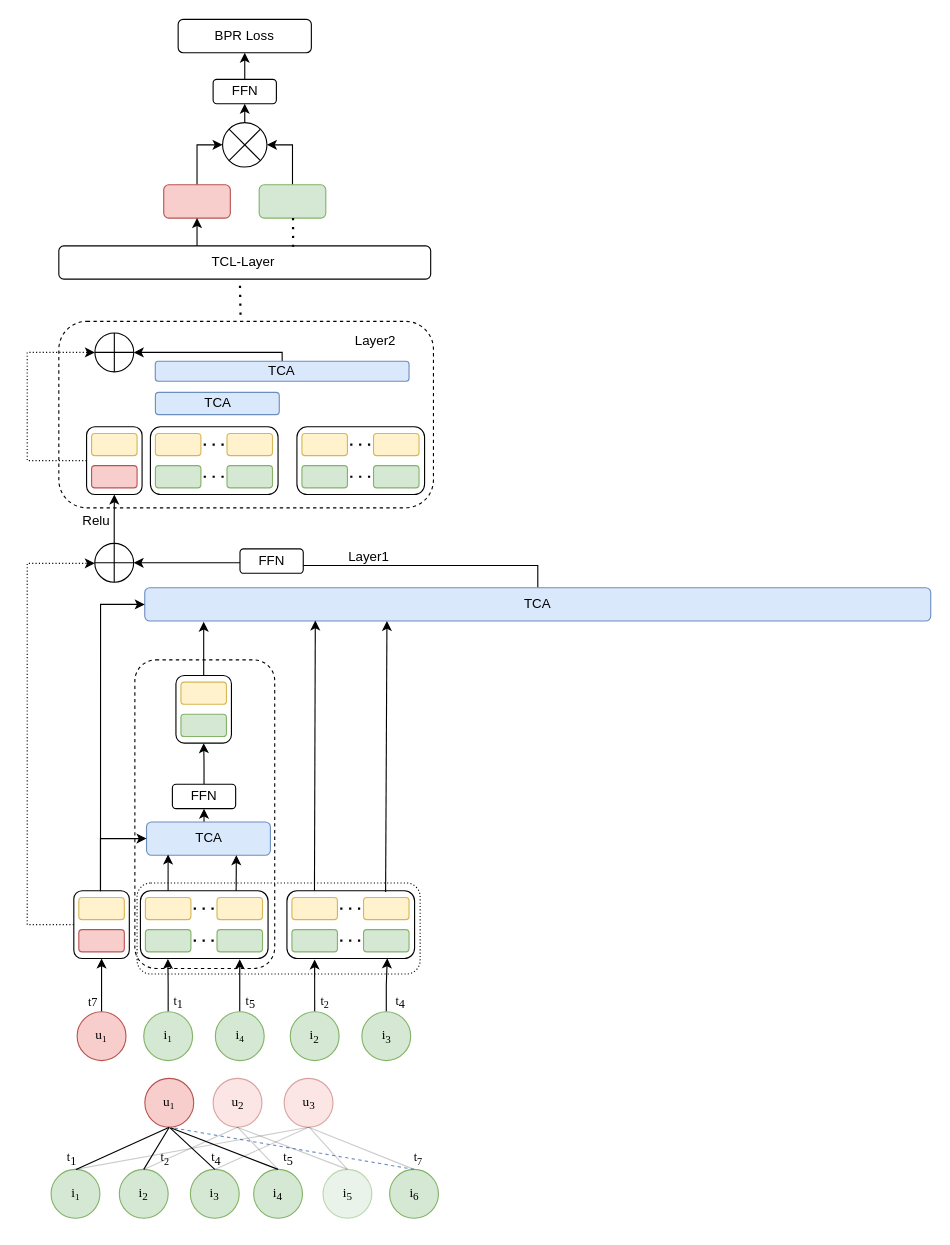
Above: MyGNN.drawio in ZYNsama666/BackUp (draw.io), before the change. Source tidied: cells renumbered, new cells numbered last; positions are measured from the earlier drawing's top-left corner, leaving out a move shared by most shapes. Both pictures are drawn from the tidied source at 111%, with x=0, y=0 at pixel (27, 19).
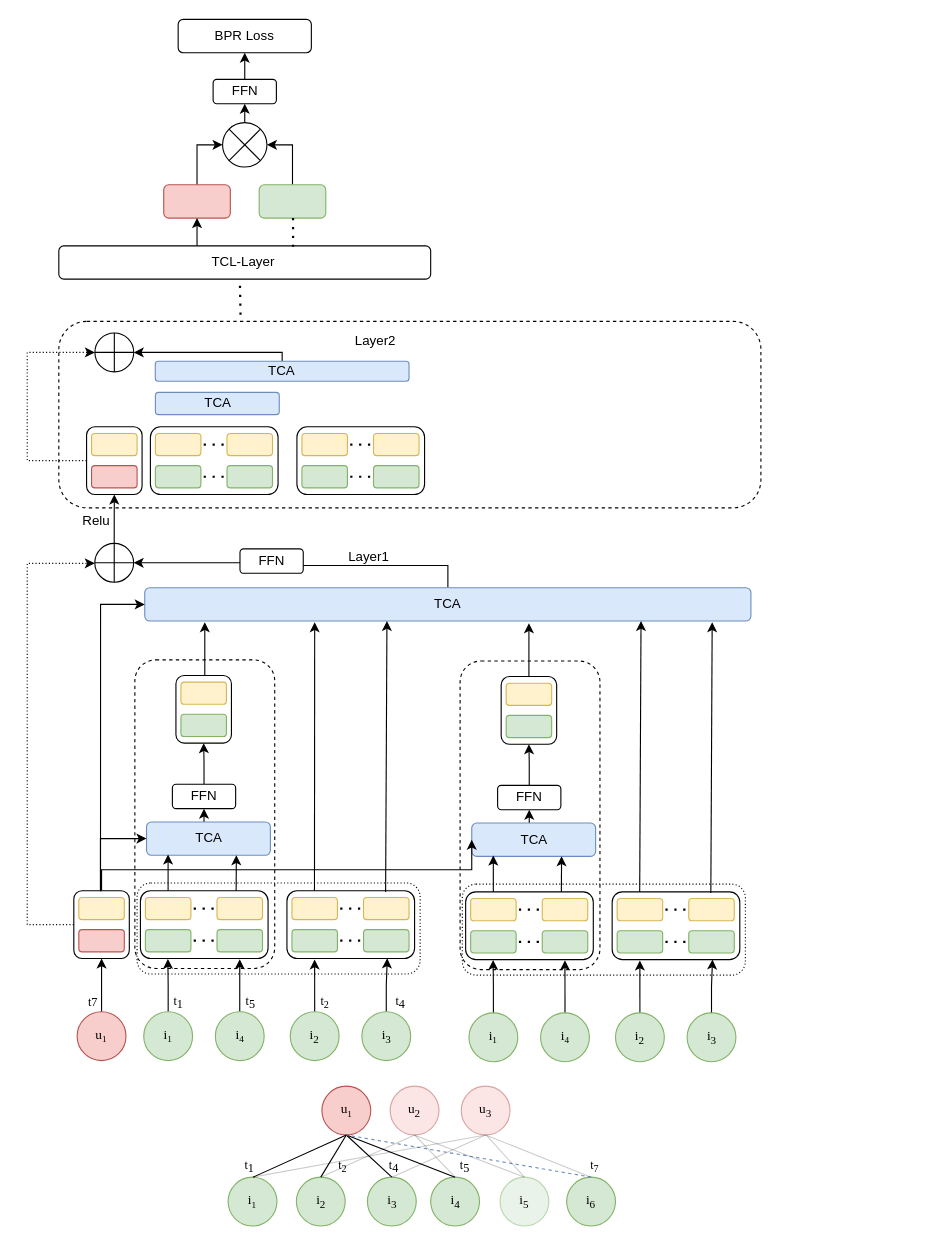
The same page after the edit.

Unchanged cells that the change refers to:
```xml
<mxCell id="23" style="rounded=1;whiteSpace=wrap;html=1;" parent="1" vertex="1">
  <mxGeometry x="42" y="785" width="50" height="61" as="geometry" />
</mxCell>
<mxCell id="120" style="rounded=1;whiteSpace=wrap;html=1;" parent="1" vertex="1">
  <mxGeometry x="134" y="591" width="50" height="61" as="geometry" />
</mxCell>
```

Change to the diagram source:
```diff
@@
-    <mxCell id="16" style="rounded=1;whiteSpace=wrap;html=1;dashed=1;" parent="1" vertex="1">
-      <mxGeometry x="28.5" y="272" width="337.5" height="168" as="geometry" />
+    <mxCell id="16" style="rounded=1;whiteSpace=wrap;html=1;dashed=1;fillColor=none;" parent="1" vertex="1">
+      <mxGeometry x="28.5" y="272" width="632.5" height="168" as="geometry" />
     </mxCell>
@@
     <mxCell id="18" value="TCA" style="rounded=1;whiteSpace=wrap;html=1;fillColor=#dae8fc;strokeColor=#6c8ebf;" parent="1" vertex="1">
-      <mxGeometry x="105.9" y="512" width="708.1" height="30" as="geometry" />
+      <mxGeometry x="105.9" y="512" width="546.1" height="30" as="geometry" />
     </mxCell>
@@
     <mxCell id="58" value="u&lt;span style=&quot;font-size: 10px;&quot;&gt;&lt;sub&gt;1&lt;/sub&gt;&lt;/span&gt;" style="ellipse;whiteSpace=wrap;html=1;fontFamily=Times New Roman;fillColor=#f8cecc;strokeColor=#b85450;" parent="1" vertex="1">
-      <mxGeometry x="106" y="954" width="44" height="44" as="geometry" />
+      <mxGeometry x="265.5" y="961" width="44" height="44" as="geometry" />
     </mxCell>
     <mxCell id="59" value="u&lt;sub&gt;2&lt;/sub&gt;" style="ellipse;whiteSpace=wrap;html=1;fontFamily=Times New Roman;opacity=50;fillColor=#f8cecc;strokeColor=#b85450;" parent="1" vertex="1">
-      <mxGeometry x="167.5" y="954" width="44" height="44" as="geometry" />
+      <mxGeometry x="327" y="961" width="44" height="44" as="geometry" />
     </mxCell>
     <mxCell id="60" value="u&lt;sub&gt;3&lt;/sub&gt;" style="ellipse;whiteSpace=wrap;html=1;fontFamily=Times New Roman;fillColor=#f8cecc;strokeColor=#b85450;opacity=50;" parent="1" vertex="1">
-      <mxGeometry x="231.5" y="954" width="44" height="44" as="geometry" />
+      <mxGeometry x="391" y="961" width="44" height="44" as="geometry" />
     </mxCell>
     <mxCell id="61" value="i&lt;sub&gt;6&lt;/sub&gt;" style="ellipse;whiteSpace=wrap;html=1;fontFamily=Times New Roman;fillColor=#d5e8d4;strokeColor=#82b366;" parent="1" vertex="1">
-      <mxGeometry x="326.5" y="1036" width="44" height="44" as="geometry" />
+      <mxGeometry x="486" y="1043" width="44" height="44" as="geometry" />
     </mxCell>
     <mxCell id="62" value="i&lt;span style=&quot;font-size: 10px;&quot;&gt;&lt;sub&gt;1&lt;/sub&gt;&lt;/span&gt;" style="ellipse;whiteSpace=wrap;html=1;fontFamily=Times New Roman;fillColor=#d5e8d4;strokeColor=#82b366;" parent="1" vertex="1">
-      <mxGeometry x="21.5" y="1036" width="44" height="44" as="geometry" />
+      <mxGeometry x="181" y="1043" width="44" height="44" as="geometry" />
     </mxCell>
     <mxCell id="63" value="i&lt;sub&gt;2&lt;/sub&gt;" style="ellipse;whiteSpace=wrap;html=1;fontFamily=Times New Roman;fillColor=#d5e8d4;strokeColor=#82b366;" parent="1" vertex="1">
-      <mxGeometry x="83" y="1036" width="44" height="44" as="geometry" />
+      <mxGeometry x="242.5" y="1043" width="44" height="44" as="geometry" />
     </mxCell>
     <mxCell id="64" value="i&lt;sub&gt;3&lt;/sub&gt;" style="ellipse;whiteSpace=wrap;html=1;fontFamily=Times New Roman;fillColor=#d5e8d4;strokeColor=#82b366;" parent="1" vertex="1">
-      <mxGeometry x="147" y="1036" width="44" height="44" as="geometry" />
+      <mxGeometry x="306.5" y="1043" width="44" height="44" as="geometry" />
     </mxCell>
     <mxCell id="65" value="i&lt;sub&gt;4&lt;/sub&gt;" style="ellipse;whiteSpace=wrap;html=1;fontFamily=Times New Roman;fillColor=#d5e8d4;strokeColor=#82b366;" parent="1" vertex="1">
-      <mxGeometry x="204" y="1036" width="44" height="44" as="geometry" />
+      <mxGeometry x="363.5" y="1043" width="44" height="44" as="geometry" />
     </mxCell>
     <mxCell id="66" value="i&lt;sub&gt;5&lt;/sub&gt;" style="ellipse;whiteSpace=wrap;html=1;fontFamily=Times New Roman;opacity=50;fillColor=#d5e8d4;strokeColor=#82b366;" parent="1" vertex="1">
-      <mxGeometry x="266.5" y="1036" width="44" height="44" as="geometry" />
+      <mxGeometry x="426" y="1043" width="44" height="44" as="geometry" />
     </mxCell>
     <mxCell id="67" style="endArrow=none;html=1;rounded=0;exitX=0.5;exitY=0;exitDx=0;exitDy=0;entryX=0.5;entryY=1;entryDx=0;entryDy=0;" parent="1" edge="1">
       <mxGeometry relative="1" as="geometry">
-        <mxPoint x="44" y="1036" as="sourcePoint" />
-        <mxPoint x="128" y="998" as="targetPoint" />
+        <mxPoint x="203.5" y="1043" as="sourcePoint" />
+        <mxPoint x="287.5" y="1005" as="targetPoint" />
       </mxGeometry>
     </mxCell>
@@
     <mxCell id="82" value="&lt;font style=&quot;font-size: 11px;&quot; face=&quot;Times New Roman&quot;&gt;t&lt;sub style=&quot;font-size: 11px;&quot;&gt;1&lt;/sub&gt;&lt;/font&gt;" style="text;html=1;align=center;verticalAlign=middle;strokeColor=none;fillColor=none;" parent="1" vertex="1">
-      <mxGeometry x="26.5" y="1011" width="27" height="30" as="geometry" />
+      <mxGeometry x="186" y="1018" width="27" height="30" as="geometry" />
     </mxCell>
     <mxCell id="83" value="&lt;font style=&quot;font-size: 11px;&quot; face=&quot;Times New Roman&quot;&gt;t&lt;sub style=&quot;font-size: 11px;&quot;&gt;5&lt;/sub&gt;&lt;/font&gt;" style="text;html=1;align=center;verticalAlign=middle;strokeColor=none;fillColor=none;" parent="1" vertex="1">
-      <mxGeometry x="221" y="1011" width="27" height="30" as="geometry" />
+      <mxGeometry x="380.5" y="1018" width="27" height="30" as="geometry" />
     </mxCell>
     <mxCell id="84" value="&lt;font style=&quot;font-size: 11px;&quot; face=&quot;Times New Roman&quot;&gt;t&lt;sub style=&quot;font-size: 11px;&quot;&gt;4&lt;/sub&gt;&lt;/font&gt;" style="text;html=1;align=center;verticalAlign=middle;strokeColor=none;fillColor=none;" parent="1" vertex="1">
-      <mxGeometry x="156.8" y="1011" width="27" height="30" as="geometry" />
+      <mxGeometry x="316.3" y="1018" width="27" height="30" as="geometry" />
     </mxCell>
     <mxCell id="85" value="&lt;font style=&quot;font-size: 11px;&quot; face=&quot;Times New Roman&quot;&gt;t&lt;sub&gt;2&lt;/sub&gt;&lt;/font&gt;" style="text;html=1;align=center;verticalAlign=middle;strokeColor=none;fillColor=none;" parent="1" vertex="1">
-      <mxGeometry x="110.5" y="1011" width="27" height="30" as="geometry" />
+      <mxGeometry x="270" y="1018" width="27" height="30" as="geometry" />
     </mxCell>
     <mxCell id="86" value="&lt;font style=&quot;font-size: 11px;&quot; face=&quot;Times New Roman&quot;&gt;t&lt;sub&gt;7&lt;/sub&gt;&lt;/font&gt;" style="text;html=1;align=center;verticalAlign=middle;strokeColor=none;fillColor=none;" parent="1" vertex="1">
-      <mxGeometry x="338" y="1011" width="27" height="30" as="geometry" />
+      <mxGeometry x="497.5" y="1018" width="27" height="30" as="geometry" />
     </mxCell>
@@
     <mxCell id="94" style="endArrow=none;html=1;rounded=0;opacity=20;exitX=0.5;exitY=0;exitDx=0;exitDy=0;" parent="1" edge="1" source="66">
       <mxGeometry relative="1" as="geometry">
-        <mxPoint x="189" y="998" as="targetPoint" />
+        <mxPoint x="348.5" y="1005" as="targetPoint" />
       </mxGeometry>
     </mxCell>
@@
     <mxCell id="96" style="endArrow=none;html=1;rounded=0;opacity=20;exitX=0.5;exitY=0;exitDx=0;exitDy=0;" parent="1" edge="1" source="66">
       <mxGeometry relative="1" as="geometry">
-        <mxPoint x="254" y="998" as="targetPoint" />
+        <mxPoint x="413.5" y="1005" as="targetPoint" />
       </mxGeometry>
     </mxCell>
     <mxCell id="97" style="endArrow=none;html=1;rounded=0;opacity=20;entryX=0.5;entryY=1;entryDx=0;entryDy=0;" parent="1" edge="1" target="60">
       <mxGeometry relative="1" as="geometry">
-        <mxPoint x="169" y="1036" as="sourcePoint" />
+        <mxPoint x="328.5" y="1043" as="sourcePoint" />
       </mxGeometry>
     </mxCell>
@@
-    <mxCell id="119" style="edgeStyle=orthogonalEdgeStyle;rounded=0;jettySize=auto;html=1;entryX=0.075;entryY=1.022;entryDx=0;entryDy=0;entryPerimeter=0;" parent="1" edge="1" source="120" target="18">
-      <mxGeometry relative="1" as="geometry" />
+    <mxCell id="119" style="edgeStyle=orthogonalEdgeStyle;rounded=0;jettySize=auto;html=1;" parent="1" edge="1" source="120">
+      <mxGeometry relative="1" as="geometry">
+        <mxPoint x="160" y="543" as="targetPoint" />
+        <Array as="points">
+          <mxPoint x="159" y="543" />
+        </Array>
+      </mxGeometry>
     </mxCell>
@@
-    <mxCell id="126" style="endArrow=classic;html=1;rounded=0;exitX=0.75;exitY=0;exitDx=0;exitDy=0;entryX=0.217;entryY=0.982;entryDx=0;entryDy=0;entryPerimeter=0;" parent="1" edge="1" target="18">
+    <mxCell id="126" style="endArrow=classic;html=1;rounded=0;exitX=0.75;exitY=0;exitDx=0;exitDy=0;" parent="1" edge="1">
       <mxGeometry relative="1" as="geometry">
         <mxPoint x="258.8" y="785" as="sourcePoint" />
+        <mxPoint x="259" y="543" as="targetPoint" />
       </mxGeometry>
     </mxCell>
@@
+    <mxCell id="128" style="rounded=1;whiteSpace=wrap;html=1;dashed=1;" parent="1" vertex="1">
+      <mxGeometry x="390" y="578" width="126" height="278" as="geometry" />
+    </mxCell>
+    <mxCell id="129" style="edgeStyle=orthogonalEdgeStyle;rounded=0;jettySize=auto;html=1;entryX=0.5;entryY=1;entryDx=0;entryDy=0;" parent="1" edge="1" target="146">
+      <mxGeometry relative="1" as="geometry">
+        <mxPoint x="452.3" y="724" as="sourcePoint" />
+      </mxGeometry>
+    </mxCell>
+    <mxCell id="130" value="TCA" style="rounded=1;whiteSpace=wrap;html=1;fillColor=#dae8fc;strokeColor=#6c8ebf;" parent="1" vertex="1">
+      <mxGeometry x="400.5" y="724" width="111.6" height="30" as="geometry" />
+    </mxCell>
+    <mxCell id="131" style="rounded=1;whiteSpace=wrap;html=1;" parent="1" vertex="1">
+      <mxGeometry x="395" y="786" width="115" height="61" as="geometry" />
+    </mxCell>
+    <mxCell id="132" style="rounded=1;whiteSpace=wrap;html=1;fillColor=#d5e8d4;strokeColor=#82b366;" parent="1" vertex="1">
+      <mxGeometry x="399.5" y="821" width="41" height="20" as="geometry" />
+    </mxCell>
+    <mxCell id="133" style="rounded=1;whiteSpace=wrap;html=1;fillColor=#fff2cc;strokeColor=#d6b656;" parent="1" vertex="1">
+      <mxGeometry x="399.5" y="792" width="41" height="20" as="geometry" />
+    </mxCell>
+    <mxCell id="134" style="rounded=1;whiteSpace=wrap;html=1;fillColor=#fff2cc;strokeColor=#d6b656;" parent="1" vertex="1">
+      <mxGeometry x="464" y="792" width="41" height="20" as="geometry" />
+    </mxCell>
+    <mxCell id="135" style="rounded=1;whiteSpace=wrap;html=1;fillColor=#d5e8d4;strokeColor=#82b366;" parent="1" vertex="1">
+      <mxGeometry x="464" y="821" width="41" height="20" as="geometry" />
+    </mxCell>
+    <mxCell id="136" style="endArrow=none;dashed=1;html=1;dashPattern=1 3;strokeWidth=2;rounded=0;entryX=1;entryY=0.5;entryDx=0;entryDy=0;exitX=0;exitY=0.5;exitDx=0;exitDy=0;" parent="1" edge="1">
+      <mxGeometry relative="1" as="geometry">
+        <mxPoint x="461" y="831" as="sourcePoint" />
+        <mxPoint x="437.5" y="831" as="targetPoint" />
+      </mxGeometry>
+    </mxCell>
+    <mxCell id="137" style="endArrow=none;dashed=1;html=1;dashPattern=1 3;strokeWidth=2;rounded=0;entryX=1;entryY=0.5;entryDx=0;entryDy=0;" parent="1" edge="1">
+      <mxGeometry relative="1" as="geometry">
+        <mxPoint x="461" y="802" as="sourcePoint" />
+        <mxPoint x="437.5" y="802" as="targetPoint" />
+      </mxGeometry>
+    </mxCell>
+    <mxCell id="138" style="rounded=1;whiteSpace=wrap;html=1;" parent="1" vertex="1">
+      <mxGeometry x="527" y="786" width="115" height="61" as="geometry" />
+    </mxCell>
+    <mxCell id="139" style="rounded=1;whiteSpace=wrap;html=1;fillColor=#d5e8d4;strokeColor=#82b366;" parent="1" vertex="1">
+      <mxGeometry x="531.5" y="821" width="41" height="20" as="geometry" />
+    </mxCell>
+    <mxCell id="140" style="rounded=1;whiteSpace=wrap;html=1;fillColor=#fff2cc;strokeColor=#d6b656;" parent="1" vertex="1">
+      <mxGeometry x="531.5" y="792" width="41" height="20" as="geometry" />
+    </mxCell>
+    <mxCell id="141" style="rounded=1;whiteSpace=wrap;html=1;fillColor=#fff2cc;strokeColor=#d6b656;" parent="1" vertex="1">
+      <mxGeometry x="596" y="792" width="41" height="20" as="geometry" />
+    </mxCell>
+    <mxCell id="142" style="rounded=1;whiteSpace=wrap;html=1;fillColor=#d5e8d4;strokeColor=#82b366;" parent="1" vertex="1">
+      <mxGeometry x="596" y="821" width="41" height="20" as="geometry" />
+    </mxCell>
+    <mxCell id="143" style="endArrow=none;dashed=1;html=1;dashPattern=1 3;strokeWidth=2;rounded=0;entryX=1;entryY=0.5;entryDx=0;entryDy=0;exitX=0;exitY=0.5;exitDx=0;exitDy=0;" parent="1" edge="1">
+      <mxGeometry relative="1" as="geometry">
+        <mxPoint x="593" y="831" as="sourcePoint" />
+        <mxPoint x="569.5" y="831" as="targetPoint" />
+      </mxGeometry>
+    </mxCell>
+    <mxCell id="144" style="endArrow=none;dashed=1;html=1;dashPattern=1 3;strokeWidth=2;rounded=0;entryX=1;entryY=0.5;entryDx=0;entryDy=0;" parent="1" edge="1">
+      <mxGeometry relative="1" as="geometry">
+        <mxPoint x="593" y="802" as="sourcePoint" />
+        <mxPoint x="569.5" y="802" as="targetPoint" />
+      </mxGeometry>
+    </mxCell>
+    <mxCell id="145" style="edgeStyle=orthogonalEdgeStyle;rounded=0;jettySize=auto;html=1;entryX=0.5;entryY=1;entryDx=0;entryDy=0;" parent="1" edge="1" source="146" target="158">
+      <mxGeometry relative="1" as="geometry" />
+    </mxCell>
+    <mxCell id="146" value="FFN" style="rounded=1;whiteSpace=wrap;html=1;" parent="1" vertex="1">
+      <mxGeometry x="423.8" y="690" width="57" height="22" as="geometry" />
+    </mxCell>
+    <mxCell id="147" style="endArrow=classic;html=1;rounded=0;exitX=0.217;exitY=-0.001;exitDx=0;exitDy=0;exitPerimeter=0;entryX=0.174;entryY=0.976;entryDx=0;entryDy=0;entryPerimeter=0;" parent="1" edge="1" source="131" target="130">
+      <mxGeometry relative="1" as="geometry" />
+    </mxCell>
+    <mxCell id="148" style="endArrow=classic;html=1;rounded=0;exitX=0.75;exitY=0;exitDx=0;exitDy=0;entryX=0.725;entryY=0.998;entryDx=0;entryDy=0;entryPerimeter=0;" parent="1" edge="1" source="131" target="130">
+      <mxGeometry relative="1" as="geometry" />
+    </mxCell>
+    <mxCell id="149" style="edgeStyle=orthogonalEdgeStyle;rounded=0;jettySize=auto;html=1;entryX=0.215;entryY=1.006;entryDx=0;entryDy=0;entryPerimeter=0;" parent="1" edge="1" source="150" target="131">
+      <mxGeometry relative="1" as="geometry" />
+    </mxCell>
+    <mxCell id="150" value="i&lt;span style=&quot;font-size: 10px;&quot;&gt;&lt;sub&gt;1&lt;/sub&gt;&lt;/span&gt;" style="ellipse;whiteSpace=wrap;html=1;fontFamily=Times New Roman;fillColor=#d5e8d4;strokeColor=#82b366;" parent="1" vertex="1">
+      <mxGeometry x="398" y="895" width="44" height="44" as="geometry" />
+    </mxCell>
+    <mxCell id="151" style="edgeStyle=orthogonalEdgeStyle;rounded=0;jettySize=auto;html=1;entryX=0.217;entryY=1.014;entryDx=0;entryDy=0;entryPerimeter=0;" parent="1" edge="1" source="152" target="138">
+      <mxGeometry relative="1" as="geometry" />
+    </mxCell>
+    <mxCell id="152" value="i&lt;sub&gt;2&lt;/sub&gt;" style="ellipse;whiteSpace=wrap;html=1;fontFamily=Times New Roman;fillColor=#d5e8d4;strokeColor=#82b366;" parent="1" vertex="1">
+      <mxGeometry x="530" y="895" width="44" height="44" as="geometry" />
+    </mxCell>
+    <mxCell id="153" style="edgeStyle=orthogonalEdgeStyle;rounded=0;jettySize=auto;html=1;entryX=0.778;entryY=1.01;entryDx=0;entryDy=0;entryPerimeter=0;" parent="1" edge="1" source="154" target="131">
+      <mxGeometry relative="1" as="geometry" />
+    </mxCell>
+    <mxCell id="154" value="i&lt;span style=&quot;font-size: 10px;&quot;&gt;&lt;sub&gt;4&lt;/sub&gt;&lt;/span&gt;" style="ellipse;whiteSpace=wrap;html=1;fontFamily=Times New Roman;fillColor=#d5e8d4;strokeColor=#82b366;" parent="1" vertex="1">
+      <mxGeometry x="462.5" y="895" width="44" height="44" as="geometry" />
+    </mxCell>
+    <mxCell id="155" style="edgeStyle=orthogonalEdgeStyle;rounded=0;jettySize=auto;html=1;entryX=0.786;entryY=0.998;entryDx=0;entryDy=0;entryPerimeter=0;" parent="1" edge="1" source="156" target="138">
+      <mxGeometry relative="1" as="geometry" />
+    </mxCell>
+    <mxCell id="156" value="i&lt;sub&gt;3&lt;/sub&gt;" style="ellipse;whiteSpace=wrap;html=1;fontFamily=Times New Roman;fillColor=#d5e8d4;strokeColor=#82b366;" parent="1" vertex="1">
+      <mxGeometry x="594.5" y="895" width="44" height="44" as="geometry" />
+    </mxCell>
+    <mxCell id="157" style="edgeStyle=orthogonalEdgeStyle;rounded=0;jettySize=auto;html=1;entryX=0.075;entryY=1.022;entryDx=0;entryDy=0;entryPerimeter=0;" parent="1" edge="1" source="158">
+      <mxGeometry relative="1" as="geometry">
+        <mxPoint x="452" y="544" as="targetPoint" />
+      </mxGeometry>
+    </mxCell>
+    <mxCell id="158" style="rounded=1;whiteSpace=wrap;html=1;" parent="1" vertex="1">
+      <mxGeometry x="427" y="592" width="50" height="61" as="geometry" />
+    </mxCell>
+    <mxCell id="159" style="rounded=1;whiteSpace=wrap;html=1;fillColor=#d5e8d4;strokeColor=#82b366;" parent="1" vertex="1">
+      <mxGeometry x="431.5" y="627" width="41" height="20" as="geometry" />
+    </mxCell>
+    <mxCell id="160" style="rounded=1;whiteSpace=wrap;html=1;fillColor=#fff2cc;strokeColor=#d6b656;" parent="1" vertex="1">
+      <mxGeometry x="431.5" y="598" width="41" height="20" as="geometry" />
+    </mxCell>
+    <mxCell id="161" style="rounded=1;whiteSpace=wrap;html=1;fillStyle=solid;gradientColor=default;fillColor=none;dashed=1;dashPattern=1 2;" parent="1" vertex="1">
+      <mxGeometry x="392" y="779" width="255" height="82" as="geometry" />
+    </mxCell>
+    <mxCell id="162" style="endArrow=classic;html=1;rounded=0;exitX=0.75;exitY=0;exitDx=0;exitDy=0;entryX=0.217;entryY=0.982;entryDx=0;entryDy=0;entryPerimeter=0;" parent="1" edge="1">
+      <mxGeometry relative="1" as="geometry">
+        <mxPoint x="551.8" y="786" as="sourcePoint" />
+        <mxPoint x="553" y="542" as="targetPoint" />
+      </mxGeometry>
+    </mxCell>
+    <mxCell id="163" style="endArrow=classic;html=1;rounded=0;exitX=0.75;exitY=0;exitDx=0;exitDy=0;entryX=0.217;entryY=0.982;entryDx=0;entryDy=0;entryPerimeter=0;" parent="1" edge="1">
+      <mxGeometry relative="1" as="geometry">
+        <mxPoint x="615.9" y="787" as="sourcePoint" />
+        <mxPoint x="617.1" y="543" as="targetPoint" />
+      </mxGeometry>
+    </mxCell>
+    <mxCell id="164" style="edgeStyle=orthogonalEdgeStyle;rounded=0;jettySize=auto;html=1;entryX=0;entryY=0.5;entryDx=0;entryDy=0;" parent="1" edge="1" source="23" target="130">
+      <mxGeometry relative="1" as="geometry">
+        <Array as="points">
+          <mxPoint x="67" y="766" />
+          <mxPoint x="401" y="766" />
+        </Array>
+      </mxGeometry>
+    </mxCell>
```
